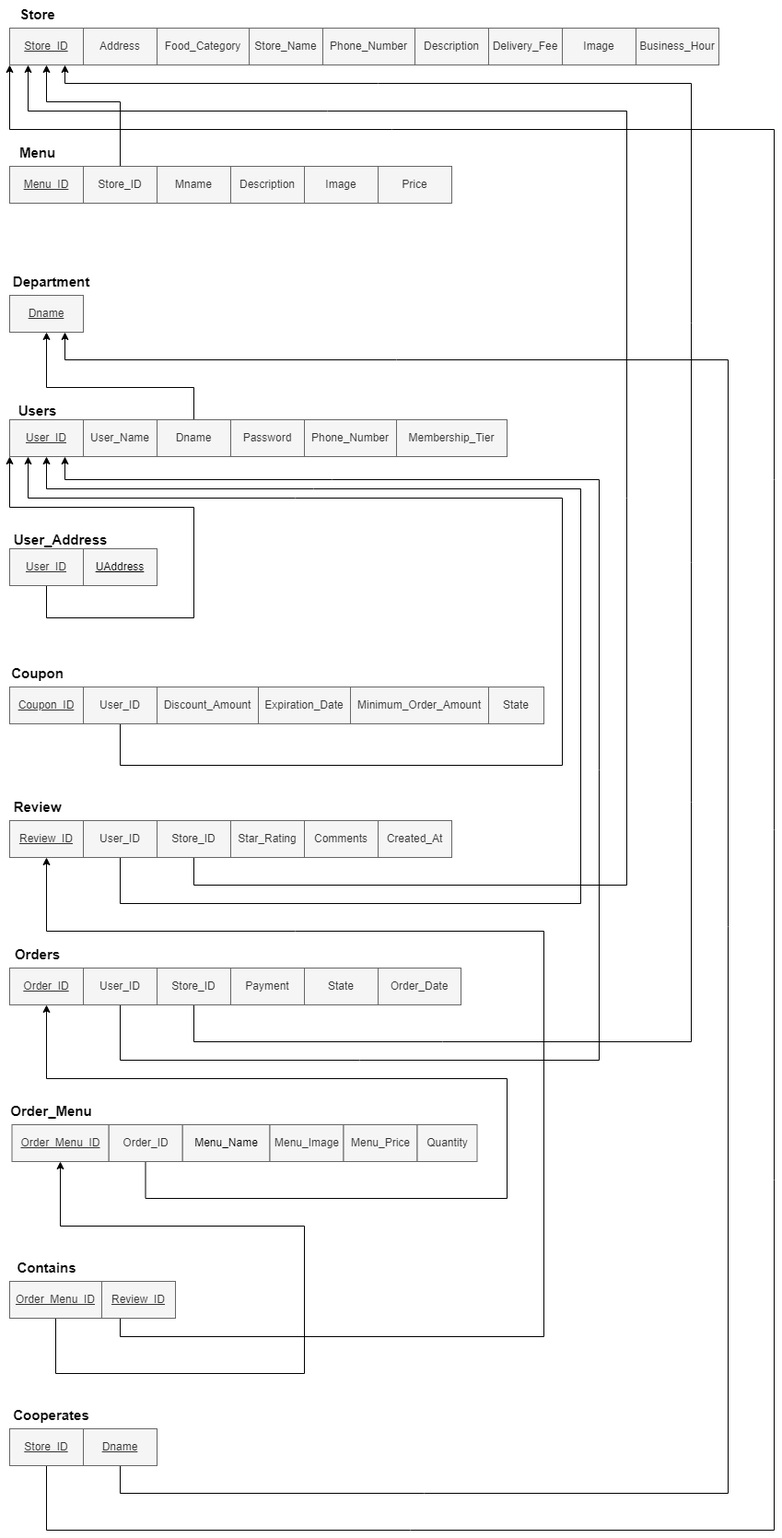
This is docs/diagrams/ert_mapping/ert_mapping.png from scv1702/delivery-king-hobanwoo, a draw.io export, as it was before one commit. Source tidied: cells renumbered, new cells last; positions are measured from the earlier drawing's top-left corner, leaving out a move shared by most shapes.
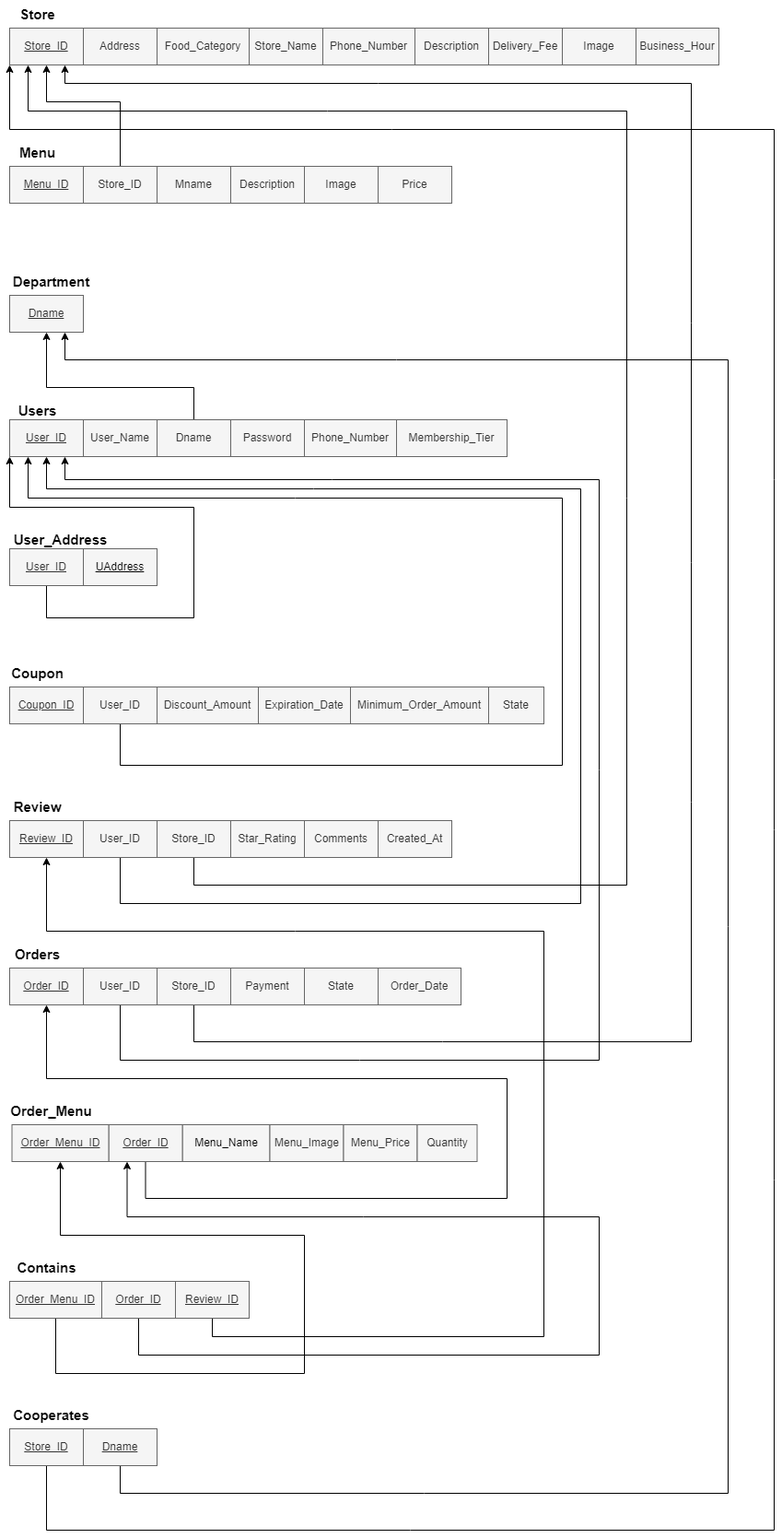
Later version of the same file.

Commit message:
Feat: Modify order_menu, contains relation

The edit, as a diff of the source:
```diff
@@ -138,7 +138,7 @@
         </Array>
       </mxGeometry>
     </mxCell>
-    <mxCell id="45" value="Order_ID" style="rounded=0;whiteSpace=wrap;html=1;fillColor=#f5f5f5;fontColor=#333333;strokeColor=#666666;" parent="1" vertex="1">
+    <mxCell id="45" value="&lt;u&gt;Order_ID&lt;/u&gt;" style="rounded=0;whiteSpace=wrap;html=1;fillColor=#f5f5f5;fontColor=#333333;strokeColor=#666666;" parent="1" vertex="1">
       <mxGeometry x="117.5" y="1220" width="80" height="40" as="geometry" />
     </mxCell>
     <mxCell id="46" style="edgeStyle=orthogonalEdgeStyle;rounded=0;jettySize=auto;html=1;fontSize=15;fontColor=#000000;entryX=0.25;entryY=1;entryDx=0;entryDy=0;" parent="1" edge="1" source="47" target="11">
@@ -255,18 +255,18 @@
         <Array as="points">
           <mxPoint x="60" y="1490" />
           <mxPoint x="330" y="1490" />
-          <mxPoint x="330" y="1330" />
-          <mxPoint x="65" y="1330" />
+          <mxPoint x="330" y="1340" />
+          <mxPoint x="65" y="1340" />
         </Array>
       </mxGeometry>
     </mxCell>
     <mxCell id="66" value="&lt;u&gt;Order_Menu_ID&lt;/u&gt;" style="rounded=0;whiteSpace=wrap;html=1;fillColor=#f5f5f5;fontColor=#333333;strokeColor=#666666;" parent="1" vertex="1">
       <mxGeometry x="10" y="1390" width="100" height="40" as="geometry" />
     </mxCell>
-    <mxCell id="67" style="edgeStyle=orthogonalEdgeStyle;rounded=0;jettySize=auto;html=1;fontSize=15;fontColor=#000000;entryX=0.5;entryY=1;entryDx=0;entryDy=0;" parent="1" edge="1" source="68" target="7">
+    <mxCell id="67" style="edgeStyle=orthogonalEdgeStyle;rounded=0;jettySize=auto;html=1;fontSize=15;fontColor=#000000;entryX=0.5;entryY=1;entryDx=0;entryDy=0;exitX=0.5;exitY=1;exitDx=0;exitDy=0;" parent="1" edge="1" source="68" target="7">
       <mxGeometry relative="1" as="geometry">
         <Array as="points">
-          <mxPoint x="130" y="1450" />
+          <mxPoint x="230" y="1450" />
           <mxPoint x="590" y="1450" />
           <mxPoint x="590" y="1010" />
           <mxPoint x="50" y="1010" />
@@ -274,7 +274,7 @@
       </mxGeometry>
     </mxCell>
     <mxCell id="68" value="&lt;u&gt;Review_ID&lt;/u&gt;" style="rounded=0;whiteSpace=wrap;html=1;fillColor=#f5f5f5;fontColor=#333333;strokeColor=#666666;" parent="1" vertex="1">
-      <mxGeometry x="110" y="1390" width="80" height="40" as="geometry" />
+      <mxGeometry x="190" y="1390" width="80" height="40" as="geometry" />
     </mxCell>
     <mxCell id="69" value="Cooperates" style="text;html=1;align=center;verticalAlign=middle;strokeColor=none;fillColor=none;fontStyle=1;fontSize=15;" parent="1" vertex="1">
       <mxGeometry y="1520" width="110" height="30" as="geometry" />
@@ -317,5 +317,18 @@
     <mxCell id="77" value="User_Name" style="rounded=0;whiteSpace=wrap;html=1;fillColor=#f5f5f5;fontColor=#333333;strokeColor=#666666;" parent="1" vertex="1">
       <mxGeometry x="90" y="455" width="80" height="40" as="geometry" />
     </mxCell>
+    <mxCell id="78" style="edgeStyle=orthogonalEdgeStyle;rounded=0;jettySize=auto;html=1;entryX=0.25;entryY=1;entryDx=0;entryDy=0;" parent="1" edge="1" source="79" target="45">
+      <mxGeometry relative="1" as="geometry">
+        <Array as="points">
+          <mxPoint x="150" y="1470" />
+          <mxPoint x="650" y="1470" />
+          <mxPoint x="650" y="1320" />
+          <mxPoint x="138" y="1320" />
+        </Array>
+      </mxGeometry>
+    </mxCell>
+    <mxCell id="79" value="&lt;u&gt;Order_ID&lt;/u&gt;" style="rounded=0;whiteSpace=wrap;html=1;fillColor=#f5f5f5;fontColor=#333333;strokeColor=#666666;" parent="1" vertex="1">
+      <mxGeometry x="110" y="1390" width="80" height="40" as="geometry" />
+    </mxCell>
   </root>
 </mxGraphModel>
```
